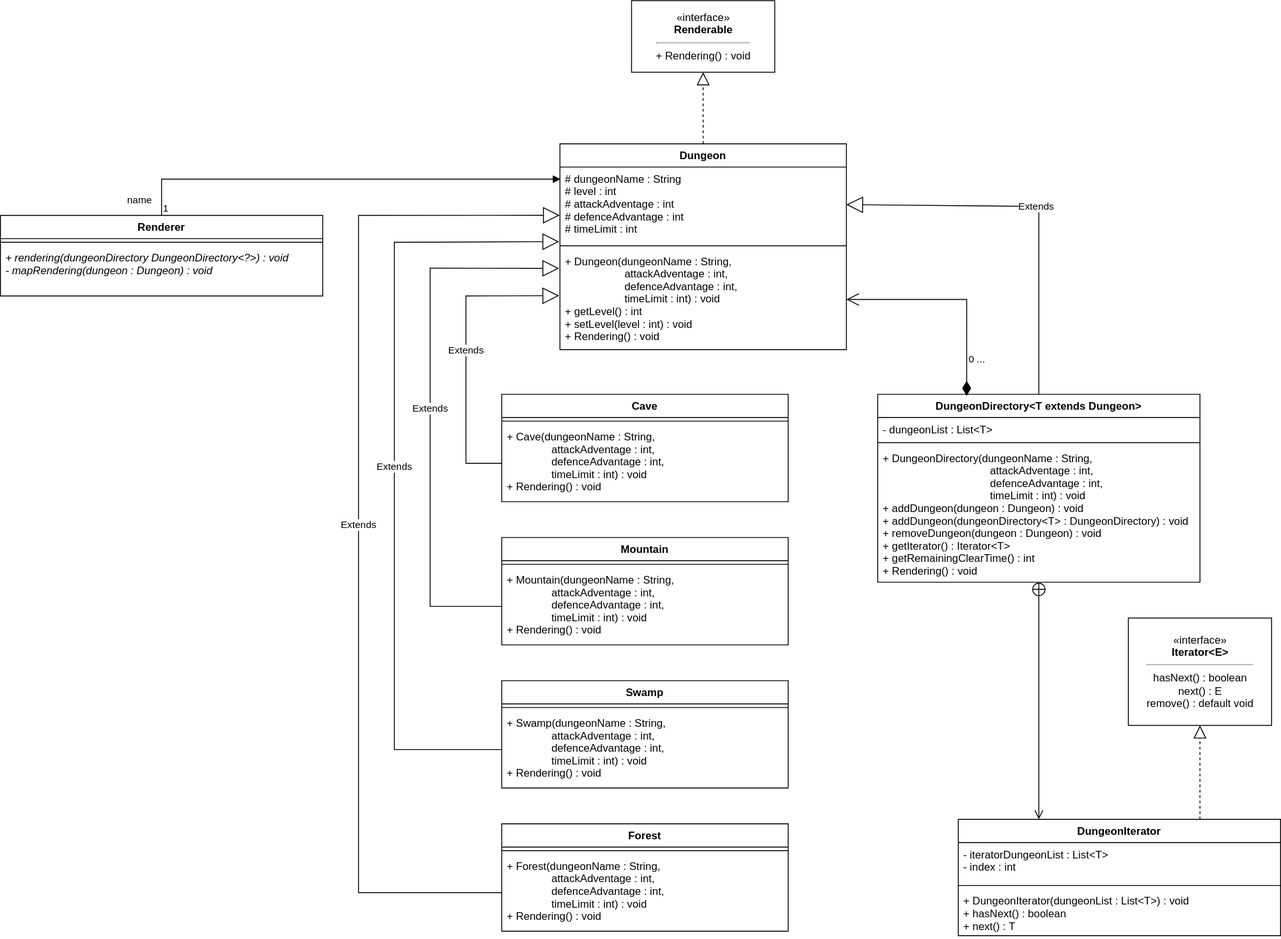
jongHyeon0000/DesignPattern-example keeps this draw.io diagram as app/src/main/resources/composite_iterator/composite_iterator.drawio.svg. Above is the earlier version. Source tidied: cells renumbered, new cells last; positions are measured from the earlier drawing's top-left corner, leaving out a move shared by most shapes. The source it was exported from:
```xml
<mxGraphModel>
  <root>
    <mxCell id="0" />
    <mxCell id="1" parent="0" />
    <mxCell id="2" value="Dungeon" style="swimlane;fontStyle=1;align=center;verticalAlign=top;horizontal=1;startSize=26;" parent="1" vertex="1">
      <mxGeometry x="625" y="160" width="320" height="230" as="geometry" />
    </mxCell>
    <mxCell id="3" value="# dungeonName : String&#10;# level : int&#10;# attackAdventage : int&#10;# defenceAdvantage : int&#10;# timeLimit : int" style="text;strokeColor=none;fillColor=none;align=left;verticalAlign=top;spacingLeft=4;spacingRight=4;overflow=hidden;points=[[0,0.5],[1,0.5]];portConstraint=eastwest;" parent="2" vertex="1">
      <mxGeometry y="26" width="320" height="84" as="geometry" />
    </mxCell>
    <mxCell id="4" style="line;strokeWidth=1;fillColor=none;align=left;verticalAlign=middle;spacingTop=-1;spacingLeft=3;spacingRight=3;labelPosition=right;" parent="2" vertex="1">
      <mxGeometry y="110" width="320" height="8" as="geometry" />
    </mxCell>
    <mxCell id="5" value="+ Dungeon(dungeonName : String,&#10;                    attackAdventage : int,&#10;                    defenceAdvantage : int,&#10;                    timeLimit : int) : void&#10;+ getLevel() : int&#10;+ setLevel(level : int) : void&#10;+ Rendering() : void" style="text;strokeColor=none;fillColor=none;align=left;verticalAlign=top;spacingLeft=4;spacingRight=4;overflow=hidden;points=[[0,0.5],[1,0.5]];portConstraint=eastwest;" parent="2" vertex="1">
      <mxGeometry y="118" width="320" height="112" as="geometry" />
    </mxCell>
    <mxCell id="6" value="«interface»&lt;br&gt;&lt;b&gt;Renderable&lt;/b&gt;&lt;hr&gt;+ Rendering() : void" style="html=1;" parent="1" vertex="1">
      <mxGeometry x="705" width="160" height="80" as="geometry" />
    </mxCell>
    <mxCell id="7" value="DungeonDirectory&lt;T extends Dungeon&gt;" style="swimlane;fontStyle=1;align=center;verticalAlign=top;horizontal=1;startSize=26;" parent="1" vertex="1">
      <mxGeometry x="980" y="440" width="360" height="210" as="geometry" />
    </mxCell>
    <mxCell id="8" value="- dungeonList : List&lt;T&gt;" style="text;strokeColor=none;fillColor=none;align=left;verticalAlign=top;spacingLeft=4;spacingRight=4;overflow=hidden;" parent="7" vertex="1">
      <mxGeometry y="26" width="360" height="24" as="geometry" />
    </mxCell>
    <mxCell id="9" style="line;strokeWidth=1;fillColor=none;align=left;verticalAlign=middle;spacingTop=-1;spacingLeft=3;spacingRight=3;labelPosition=right;" parent="7" vertex="1">
      <mxGeometry y="50" width="360" height="8" as="geometry" />
    </mxCell>
    <mxCell id="10" value="+ DungeonDirectory(dungeonName : String,&#10;                                    attackAdventage : int,&#10;                                    defenceAdvantage : int,&#10;                                    timeLimit : int) : void&#10;+ addDungeon(dungeon : Dungeon) : void&#10;+ addDungeon(dungeonDirectory&lt;T&gt; : DungeonDirectory) : void&#10;+ removeDungeon(dungeon : Dungeon) : void&#10;+ getIterator() : Iterator&lt;T&gt;&#10;+ getRemainingClearTime() : int&#10;+ Rendering() : void" style="text;strokeColor=none;fillColor=none;align=left;verticalAlign=top;spacingLeft=4;spacingRight=4;overflow=hidden;points=[[0,0.5],[1,0.5]];portConstraint=eastwest;" parent="7" vertex="1">
      <mxGeometry y="58" width="360" height="152" as="geometry" />
    </mxCell>
    <mxCell id="11" value="Cave" style="swimlane;fontStyle=1;align=center;verticalAlign=top;horizontal=1;startSize=26;" parent="1" vertex="1">
      <mxGeometry x="560" y="440" width="320" height="120" as="geometry" />
    </mxCell>
    <mxCell id="12" style="line;strokeWidth=1;fillColor=none;align=left;verticalAlign=middle;spacingTop=-1;spacingLeft=3;spacingRight=3;labelPosition=right;" parent="11" vertex="1">
      <mxGeometry y="26" width="320" height="8" as="geometry" />
    </mxCell>
    <mxCell id="13" value="+ Cave(dungeonName : String,&#10;               attackAdventage : int,&#10;               defenceAdvantage : int,&#10;               timeLimit : int) : void&#10;+ Rendering() : void" style="text;strokeColor=none;fillColor=none;align=left;verticalAlign=top;spacingLeft=4;spacingRight=4;overflow=hidden;points=[[0,0.5],[1,0.5]];portConstraint=eastwest;" parent="11" vertex="1">
      <mxGeometry y="34" width="320" height="86" as="geometry" />
    </mxCell>
    <mxCell id="14" value="Swamp" style="swimlane;fontStyle=1;align=center;verticalAlign=top;horizontal=1;startSize=26;" parent="1" vertex="1">
      <mxGeometry x="560" y="760" width="320" height="120" as="geometry" />
    </mxCell>
    <mxCell id="15" style="line;strokeWidth=1;fillColor=none;align=left;verticalAlign=middle;spacingTop=-1;spacingLeft=3;spacingRight=3;labelPosition=right;" parent="14" vertex="1">
      <mxGeometry y="26" width="320" height="8" as="geometry" />
    </mxCell>
    <mxCell id="16" value="+ Swamp(dungeonName : String,&#10;               attackAdventage : int,&#10;               defenceAdvantage : int,&#10;               timeLimit : int) : void&#10;+ Rendering() : void" style="text;strokeColor=none;fillColor=none;align=left;verticalAlign=top;spacingLeft=4;spacingRight=4;overflow=hidden;points=[[0,0.5],[1,0.5]];portConstraint=eastwest;" parent="14" vertex="1">
      <mxGeometry y="34" width="320" height="86" as="geometry" />
    </mxCell>
    <mxCell id="17" value="Forest" style="swimlane;fontStyle=1;align=center;verticalAlign=top;horizontal=1;startSize=26;" parent="1" vertex="1">
      <mxGeometry x="560" y="920" width="320" height="120" as="geometry" />
    </mxCell>
    <mxCell id="18" style="line;strokeWidth=1;fillColor=none;align=left;verticalAlign=middle;spacingTop=-1;spacingLeft=3;spacingRight=3;labelPosition=right;" parent="17" vertex="1">
      <mxGeometry y="26" width="320" height="8" as="geometry" />
    </mxCell>
    <mxCell id="19" value="+ Forest(dungeonName : String,&#10;               attackAdventage : int,&#10;               defenceAdvantage : int,&#10;               timeLimit : int) : void&#10;+ Rendering() : void" style="text;strokeColor=none;fillColor=none;align=left;verticalAlign=top;spacingLeft=4;spacingRight=4;overflow=hidden;points=[[0,0.5],[1,0.5]];portConstraint=eastwest;" parent="17" vertex="1">
      <mxGeometry y="34" width="320" height="86" as="geometry" />
    </mxCell>
    <mxCell id="20" value="Mountain" style="swimlane;fontStyle=1;align=center;verticalAlign=top;horizontal=1;startSize=26;" parent="1" vertex="1">
      <mxGeometry x="560" y="600" width="320" height="120" as="geometry" />
    </mxCell>
    <mxCell id="21" style="line;strokeWidth=1;fillColor=none;align=left;verticalAlign=middle;spacingTop=-1;spacingLeft=3;spacingRight=3;labelPosition=right;" parent="20" vertex="1">
      <mxGeometry y="26" width="320" height="8" as="geometry" />
    </mxCell>
    <mxCell id="22" value="+ Mountain(dungeonName : String,&#10;               attackAdventage : int,&#10;               defenceAdvantage : int,&#10;               timeLimit : int) : void&#10;+ Rendering() : void" style="text;strokeColor=none;fillColor=none;align=left;verticalAlign=top;spacingLeft=4;spacingRight=4;overflow=hidden;points=[[0,0.5],[1,0.5]];portConstraint=eastwest;" parent="20" vertex="1">
      <mxGeometry y="34" width="320" height="86" as="geometry" />
    </mxCell>
    <mxCell id="23" value="Extends" style="endArrow=block;endSize=16;endFill=0;html=1;rounded=0;entryX=-0.001;entryY=0.641;entryDx=0;entryDy=0;entryPerimeter=0;exitX=0;exitY=0.5;exitDx=0;exitDy=0;" parent="1" edge="1" source="19" target="3">
      <mxGeometry relative="1" as="geometry">
        <Array as="points">
          <mxPoint x="400" y="997" />
          <mxPoint x="400" y="240" />
        </Array>
      </mxGeometry>
    </mxCell>
    <mxCell id="24" value="Extends" style="endArrow=block;endSize=16;endFill=0;html=1;rounded=0;entryX=-0.003;entryY=0.189;entryDx=0;entryDy=0;entryPerimeter=0;exitX=0;exitY=0.5;exitDx=0;exitDy=0;" parent="1" edge="1" source="22" target="5">
      <mxGeometry relative="1" as="geometry">
        <Array as="points">
          <mxPoint x="480" y="677" />
          <mxPoint x="480" y="299" />
        </Array>
      </mxGeometry>
    </mxCell>
    <mxCell id="25" value="Extends" style="endArrow=block;endSize=16;endFill=0;html=1;rounded=0;entryX=-0.003;entryY=0.462;entryDx=0;entryDy=0;entryPerimeter=0;exitX=0;exitY=0.5;exitDx=0;exitDy=0;" parent="1" edge="1" source="13" target="5">
      <mxGeometry relative="1" as="geometry">
        <Array as="points">
          <mxPoint x="520" y="517" />
          <mxPoint x="520" y="330" />
        </Array>
      </mxGeometry>
    </mxCell>
    <mxCell id="26" value="Extends" style="endArrow=block;endSize=16;endFill=0;html=1;rounded=0;entryX=-0.003;entryY=0.992;entryDx=0;entryDy=0;entryPerimeter=0;exitX=0;exitY=0.5;exitDx=0;exitDy=0;" parent="1" edge="1" source="16" target="3">
      <mxGeometry relative="1" as="geometry">
        <Array as="points">
          <mxPoint x="440" y="837" />
          <mxPoint x="440" y="270" />
        </Array>
      </mxGeometry>
    </mxCell>
    <mxCell id="27" style="endArrow=block;dashed=1;endFill=0;endSize=12;html=1;rounded=0;entryX=0.5;entryY=1;entryDx=0;entryDy=0;exitX=0.5;exitY=0;exitDx=0;exitDy=0;" parent="1" edge="1" source="2" target="6">
      <mxGeometry relative="1" as="geometry" />
    </mxCell>
    <mxCell id="28" value="Extends" style="endArrow=block;endSize=16;endFill=0;html=1;rounded=0;entryX=1;entryY=0.5;entryDx=0;entryDy=0;exitX=0.5;exitY=0;exitDx=0;exitDy=0;" parent="1" edge="1" source="7" target="3">
      <mxGeometry relative="1" as="geometry">
        <Array as="points">
          <mxPoint x="1160" y="230" />
        </Array>
      </mxGeometry>
    </mxCell>
    <mxCell id="29" value="0 ..." style="endArrow=open;html=1;endSize=12;startArrow=diamondThin;startSize=14;startFill=1;edgeStyle=orthogonalEdgeStyle;align=left;verticalAlign=bottom;rounded=0;entryX=1;entryY=0.5;entryDx=0;entryDy=0;exitX=0.276;exitY=0.008;exitDx=0;exitDy=0;exitPerimeter=0;" parent="1" edge="1" source="7" target="5">
      <mxGeometry x="-0.74" y="-1" relative="1" as="geometry" />
    </mxCell>
    <mxCell id="30" value="«interface»&lt;br&gt;&lt;b&gt;Iterator&amp;lt;E&amp;gt;&lt;/b&gt;&lt;br&gt;&lt;hr&gt;hasNext() : boolean&lt;br&gt;next() : E&lt;br&gt;remove() : default void" style="html=1;" parent="1" vertex="1">
      <mxGeometry x="1260" y="690" width="160" height="120" as="geometry" />
    </mxCell>
    <mxCell id="31" value="Renderer" style="swimlane;fontStyle=1;align=center;verticalAlign=top;horizontal=1;startSize=26;" parent="1" vertex="1">
      <mxGeometry y="240" width="360" height="90" as="geometry" />
    </mxCell>
    <mxCell id="32" style="line;strokeWidth=1;fillColor=none;align=left;verticalAlign=middle;spacingTop=-1;spacingLeft=3;spacingRight=3;labelPosition=right;" parent="31" vertex="1">
      <mxGeometry y="26" width="360" height="8" as="geometry" />
    </mxCell>
    <mxCell id="33" value="+ rendering(dungeonDirectory DungeonDirectory&lt;?&gt;) : void&#10;- mapRendering(dungeon : Dungeon) : void" style="text;strokeColor=none;fillColor=none;align=left;verticalAlign=top;spacingLeft=4;spacingRight=4;overflow=hidden;fontStyle=2;" parent="31" vertex="1">
      <mxGeometry y="34" width="360" height="56" as="geometry" />
    </mxCell>
    <mxCell id="34" style="endArrow=block;dashed=1;endFill=0;endSize=12;html=1;rounded=0;entryX=0.5;entryY=1;entryDx=0;entryDy=0;exitX=0.75;exitY=0;exitDx=0;exitDy=0;" parent="1" edge="1" source="38" target="30">
      <mxGeometry relative="1" as="geometry" />
    </mxCell>
    <mxCell id="35" value="name" style="endArrow=block;endFill=1;html=1;edgeStyle=orthogonalEdgeStyle;align=left;verticalAlign=top;rounded=0;entryX=0.002;entryY=0.161;entryDx=0;entryDy=0;entryPerimeter=0;exitX=0.5;exitY=0;exitDx=0;exitDy=0;" parent="1" edge="1" source="31" target="3">
      <mxGeometry x="-0.88" y="40" relative="1" as="geometry" />
    </mxCell>
    <mxCell id="36" value="1" style="edgeLabel;html=1;align=left;verticalAlign=bottom;" parent="35" vertex="1">
      <mxGeometry x="-1" relative="1" as="geometry" />
    </mxCell>
    <mxCell id="37" style="endArrow=open;startArrow=circlePlus;endFill=0;startFill=0;endSize=8;html=1;rounded=0;entryX=0.25;entryY=0;entryDx=0;entryDy=0;" parent="1" edge="1" source="10" target="38">
      <mxGeometry relative="1" as="geometry" />
    </mxCell>
    <mxCell id="38" value="DungeonIterator" style="swimlane;fontStyle=1;align=center;verticalAlign=top;horizontal=1;startSize=26;" parent="1" vertex="1">
      <mxGeometry x="1070" y="915" width="360" height="130" as="geometry" />
    </mxCell>
    <mxCell id="39" value="- iteratorDungeonList : List&lt;T&gt;&#10;- index : int" style="text;strokeColor=none;fillColor=none;align=left;verticalAlign=top;spacingLeft=4;spacingRight=4;overflow=hidden;" parent="38" vertex="1">
      <mxGeometry y="26" width="360" height="44" as="geometry" />
    </mxCell>
    <mxCell id="40" style="line;strokeWidth=1;fillColor=none;align=left;verticalAlign=middle;spacingTop=-1;spacingLeft=3;spacingRight=3;labelPosition=right;" parent="38" vertex="1">
      <mxGeometry y="70" width="360" height="8" as="geometry" />
    </mxCell>
    <mxCell id="41" value="+ DungeonIterator(dungeonList : List&lt;T&gt;) : void&#10;+ hasNext() : boolean&#10;+ next() : T" style="text;strokeColor=none;fillColor=none;align=left;verticalAlign=top;spacingLeft=4;spacingRight=4;overflow=hidden;points=[[0,0.5],[1,0.5]];portConstraint=eastwest;" parent="38" vertex="1">
      <mxGeometry y="78" width="360" height="52" as="geometry" />
    </mxCell>
  </root>
</mxGraphModel>
```
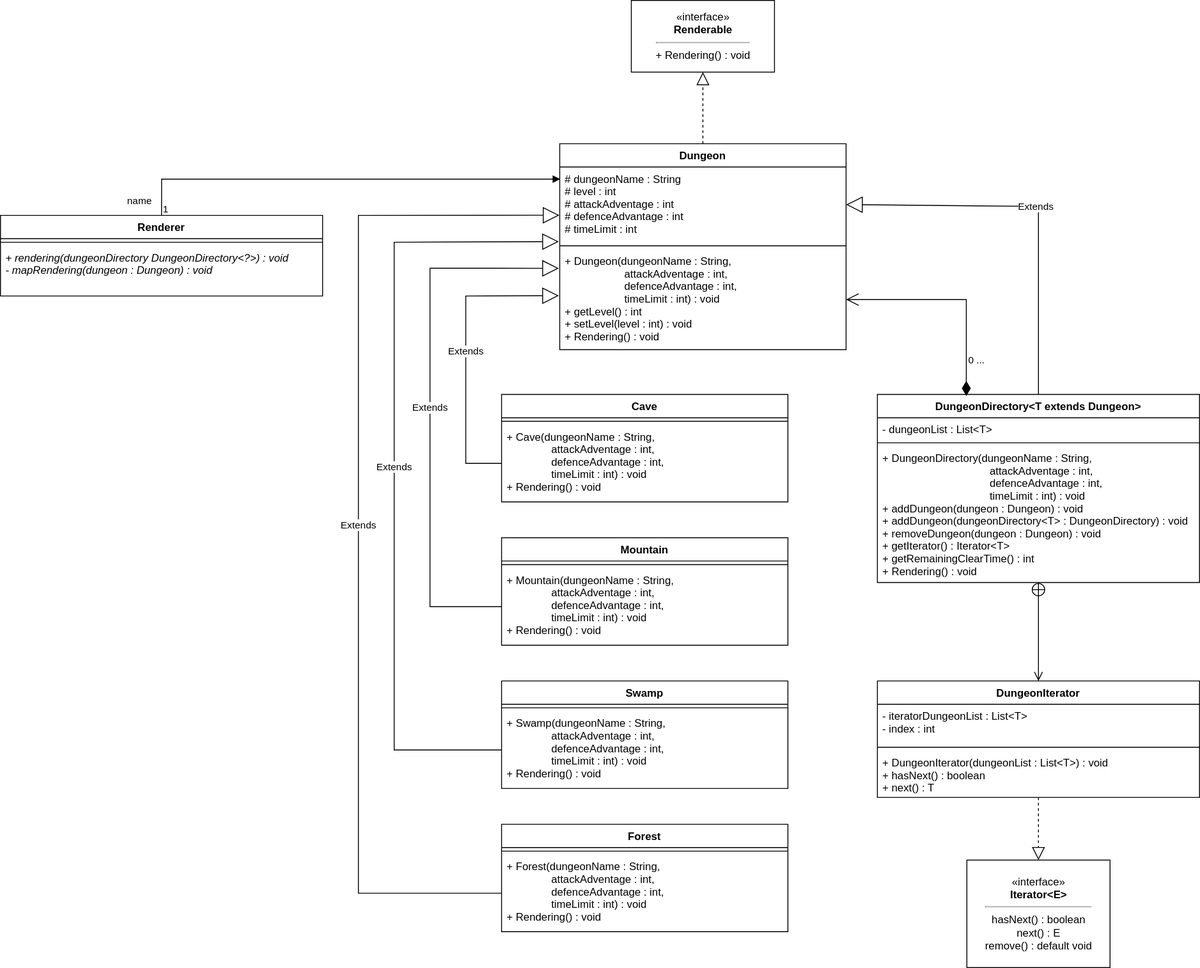
Later version of the same file.

Diff of the diagram source:
```diff
@@ -111,7 +111,7 @@
       <mxGeometry x="-0.74" y="-1" relative="1" as="geometry" />
     </mxCell>
     <mxCell id="30" value="«interface»&lt;br&gt;&lt;b&gt;Iterator&amp;lt;E&amp;gt;&lt;/b&gt;&lt;br&gt;&lt;hr&gt;hasNext() : boolean&lt;br&gt;next() : E&lt;br&gt;remove() : default void" style="html=1;" parent="1" vertex="1">
-      <mxGeometry x="1260" y="690" width="160" height="120" as="geometry" />
+      <mxGeometry x="1080" y="960" width="160" height="120" as="geometry" />
     </mxCell>
     <mxCell id="31" value="Renderer" style="swimlane;fontStyle=1;align=center;verticalAlign=top;horizontal=1;startSize=26;" parent="1" vertex="1">
       <mxGeometry y="240" width="360" height="90" as="geometry" />
@@ -122,7 +122,7 @@
     <mxCell id="33" value="+ rendering(dungeonDirectory DungeonDirectory&lt;?&gt;) : void&#10;- mapRendering(dungeon : Dungeon) : void" style="text;strokeColor=none;fillColor=none;align=left;verticalAlign=top;spacingLeft=4;spacingRight=4;overflow=hidden;fontStyle=2;" parent="31" vertex="1">
       <mxGeometry y="34" width="360" height="56" as="geometry" />
     </mxCell>
-    <mxCell id="34" style="endArrow=block;dashed=1;endFill=0;endSize=12;html=1;rounded=0;entryX=0.5;entryY=1;entryDx=0;entryDy=0;exitX=0.75;exitY=0;exitDx=0;exitDy=0;" parent="1" edge="1" source="38" target="30">
+    <mxCell id="34" style="endArrow=block;dashed=1;endFill=0;endSize=12;html=1;rounded=0;entryX=0.5;entryY=0;entryDx=0;entryDy=0;" parent="1" edge="1" source="41" target="30">
       <mxGeometry relative="1" as="geometry" />
     </mxCell>
     <mxCell id="35" value="name" style="endArrow=block;endFill=1;html=1;edgeStyle=orthogonalEdgeStyle;align=left;verticalAlign=top;rounded=0;entryX=0.002;entryY=0.161;entryDx=0;entryDy=0;entryPerimeter=0;exitX=0.5;exitY=0;exitDx=0;exitDy=0;" parent="1" edge="1" source="31" target="3">
@@ -131,11 +131,11 @@
     <mxCell id="36" value="1" style="edgeLabel;html=1;align=left;verticalAlign=bottom;" parent="35" vertex="1">
       <mxGeometry x="-1" relative="1" as="geometry" />
     </mxCell>
-    <mxCell id="37" style="endArrow=open;startArrow=circlePlus;endFill=0;startFill=0;endSize=8;html=1;rounded=0;entryX=0.25;entryY=0;entryDx=0;entryDy=0;" parent="1" edge="1" source="10" target="38">
+    <mxCell id="37" style="endArrow=open;startArrow=circlePlus;endFill=0;startFill=0;endSize=8;html=1;rounded=0;entryX=0.5;entryY=0;entryDx=0;entryDy=0;" parent="1" edge="1" source="10" target="38">
       <mxGeometry relative="1" as="geometry" />
     </mxCell>
     <mxCell id="38" value="DungeonIterator" style="swimlane;fontStyle=1;align=center;verticalAlign=top;horizontal=1;startSize=26;" parent="1" vertex="1">
-      <mxGeometry x="1070" y="915" width="360" height="130" as="geometry" />
+      <mxGeometry x="980" y="760" width="360" height="130" as="geometry" />
     </mxCell>
     <mxCell id="39" value="- iteratorDungeonList : List&lt;T&gt;&#10;- index : int" style="text;strokeColor=none;fillColor=none;align=left;verticalAlign=top;spacingLeft=4;spacingRight=4;overflow=hidden;" parent="38" vertex="1">
       <mxGeometry y="26" width="360" height="44" as="geometry" />
```
